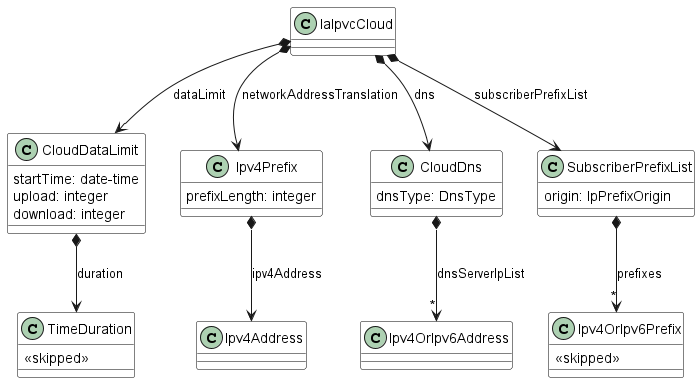
Earlier version of the PlantUML export documentation/productSchema/ip/internetAccess/MEF 139 resources/media/IPVC_CLOUD.png (MEF-GIT/MEF-LSO-Sonata-SDK). Its diagram source:
```plantuml
@startuml

skinparam {
    ClassBackgroundColor White
    ClassBorderColor Black
}


class IaIpvcCloud {

}

IaIpvcCloud *--> CloudDataLimit : dataLimit
IaIpvcCloud *--> Ipv4Prefix : networkAddressTranslation
IaIpvcCloud *--> CloudDns : dns
IaIpvcCloud *--> SubscriberPrefixList : subscriberPrefixList


class CloudDataLimit {

    startTime: date-time
    upload: integer
    download: integer
}

CloudDataLimit *--> TimeDuration : duration

class CloudDns {

    dnsType: DnsType
}

CloudDns *-->"*" Ipv4OrIpv6Address : dnsServerIpList


class SubscriberPrefixList {

    origin: IpPrefixOrigin
}

SubscriberPrefixList *-->"*" Ipv4OrIpv6Prefix : prefixes


class Ipv4Prefix {

    prefixLength: integer
}

Ipv4Prefix *--> Ipv4Address : ipv4Address


class  TimeDuration {
  <<skipped>>
}

class  Ipv4OrIpv6Prefix {
  <<skipped>>
}

@enduml
```
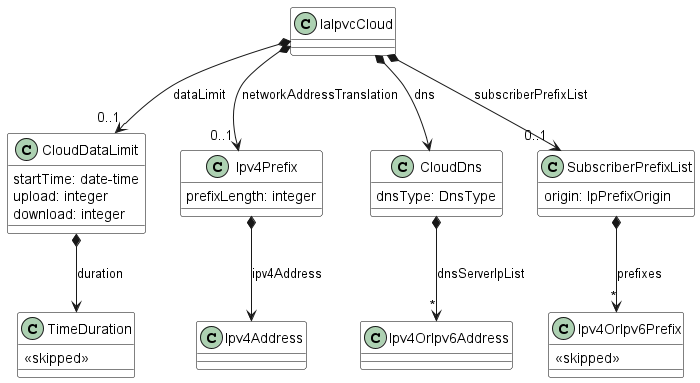
After the commit.

Diff of the diagram source:
```diff
@@ -10,10 +10,10 @@
 
 }
 
-IaIpvcCloud *--> CloudDataLimit : dataLimit
-IaIpvcCloud *--> Ipv4Prefix : networkAddressTranslation
+IaIpvcCloud *-->"0..1" CloudDataLimit : dataLimit
+IaIpvcCloud *-->"0..1" Ipv4Prefix : networkAddressTranslation
 IaIpvcCloud *--> CloudDns : dns
-IaIpvcCloud *--> SubscriberPrefixList : subscriberPrefixList
+IaIpvcCloud *-->"0..1" SubscriberPrefixList : subscriberPrefixList
 
 
 class CloudDataLimit {
```
